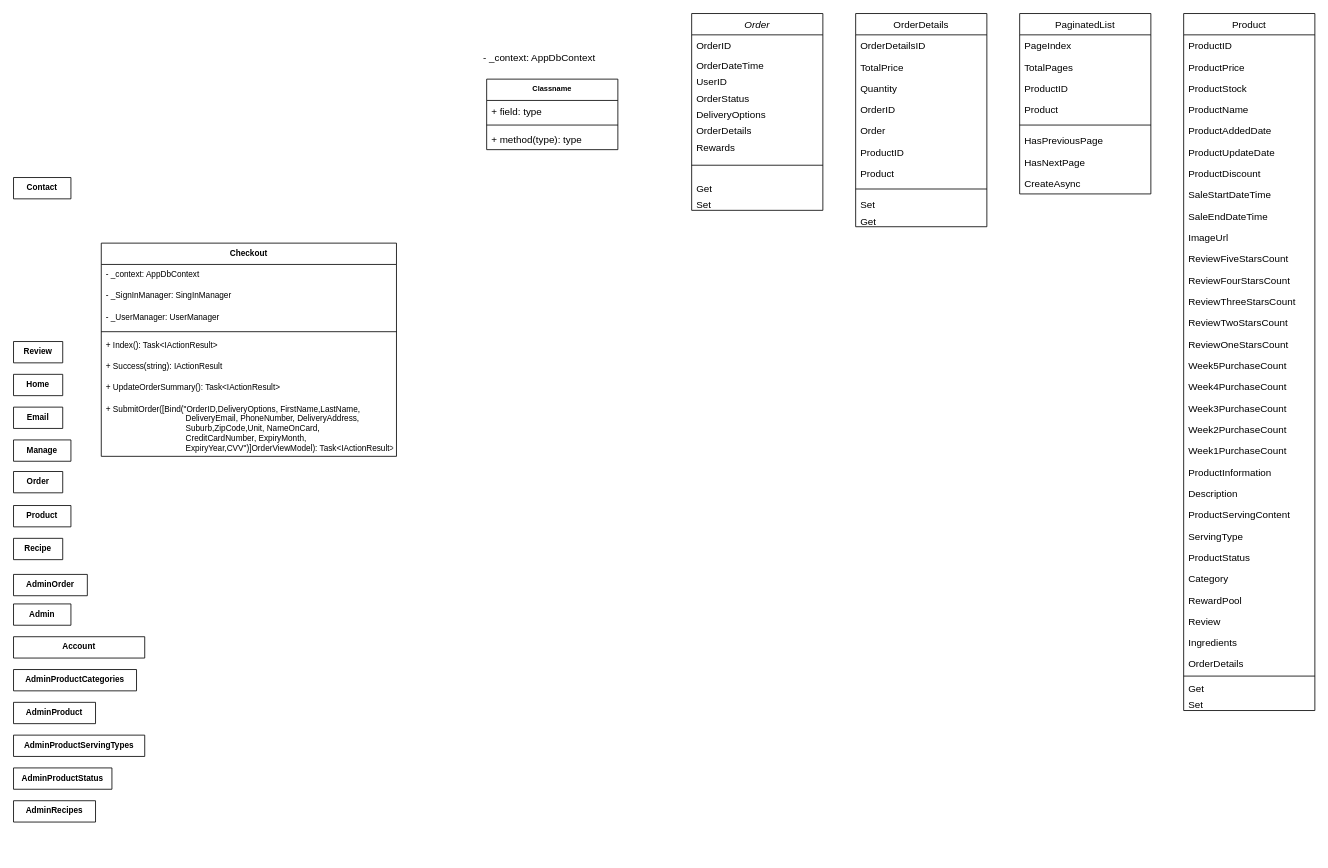
Earlier version of the draw.io diagram AnalysisAssig2.drawio (Wavergg/721SoftwareEngineering). Source tidied: cells renumbered, new cells numbered last; positions are measured from the earlier drawing's top-left corner, leaving out a move shared by most shapes. Both pictures are drawn from the tidied source at 82%, with x=0, y=0 at pixel (13, 13).
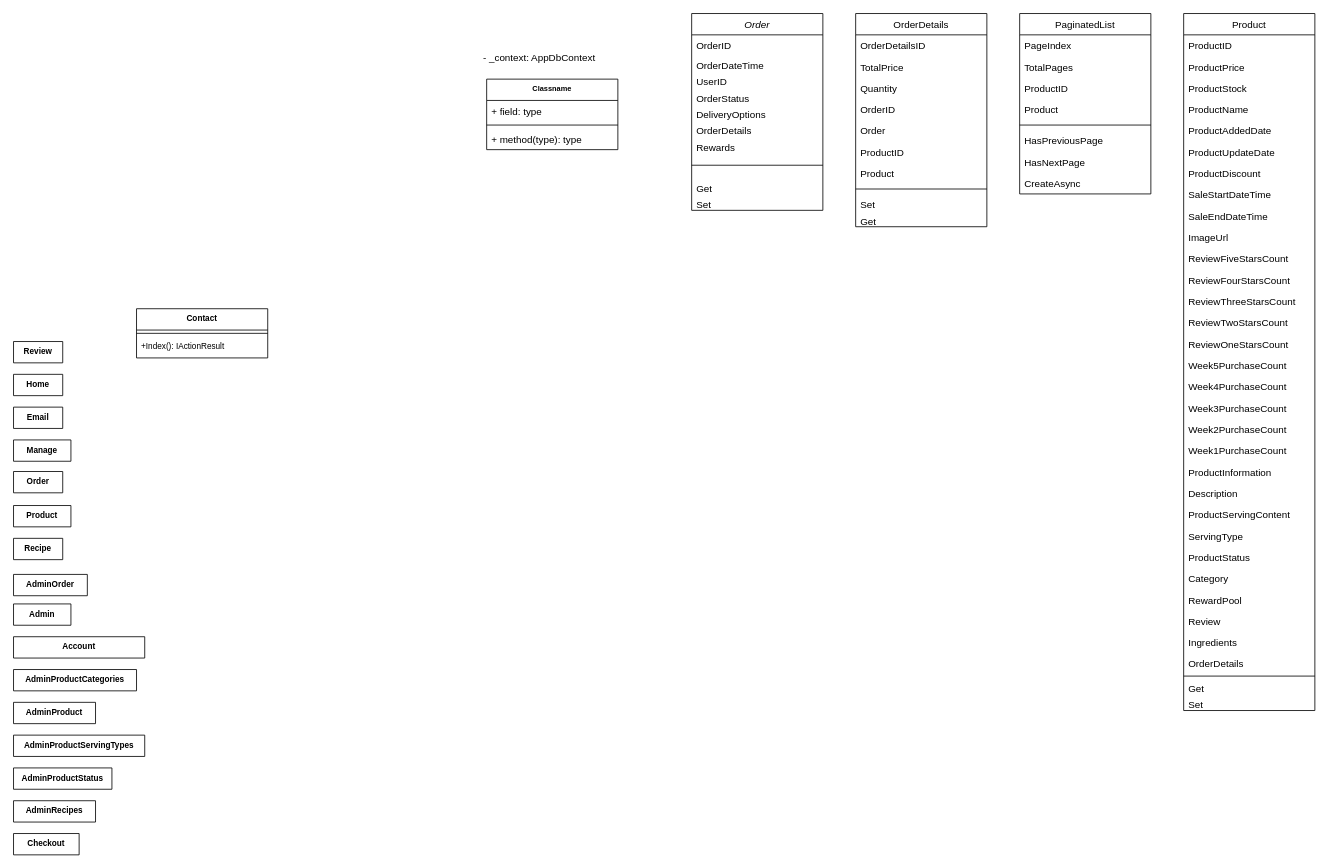
After the change.

Change to the diagram source:
```diff
@@
-    <mxCell id="76" value="Checkout" style="swimlane;fontStyle=1;align=center;verticalAlign=top;horizontal=1;startSize=26;fontSize=10;" parent="1" vertex="1">
-      <mxGeometry x="107" y="280" width="360" height="260" as="geometry" />
+    <mxCell id="76" value="Checkout" style="swimlane;fontStyle=1;align=center;verticalAlign=top;horizontal=1;startSize=26;fontSize=10;" parent="1" vertex="1" collapsed="1">
+      <mxGeometry y="1000" width="80" height="26" as="geometry" />
     </mxCell>
-    <mxCell id="77" value="- _context: AppDbContext" style="text;strokeColor=none;fillColor=none;align=left;verticalAlign=top;spacingLeft=4;spacingRight=4;overflow=hidden;fontSize=10;" parent="76" vertex="1">
-      <mxGeometry y="26" width="360" height="26" as="geometry" />
-    </mxCell>
-    <mxCell id="78" value="- _SignInManager: SingInManager" style="text;strokeColor=none;fillColor=none;align=left;verticalAlign=top;spacingLeft=4;spacingRight=4;overflow=hidden;fontSize=10;" parent="76" vertex="1">
-      <mxGeometry y="52" width="360" height="26" as="geometry" />
-    </mxCell>
-    <mxCell id="79" value="- _UserManager: UserManager" style="text;strokeColor=none;fillColor=none;align=left;verticalAlign=top;spacingLeft=4;spacingRight=4;overflow=hidden;fontSize=10;" parent="76" vertex="1">
-      <mxGeometry y="78" width="360" height="26" as="geometry" />
-    </mxCell>
-    <mxCell id="80" style="line;strokeWidth=1;fillColor=none;align=left;verticalAlign=middle;spacingTop=-1;spacingLeft=3;spacingRight=3;labelPosition=right;" parent="76" vertex="1">
-      <mxGeometry y="104" width="360" height="8" as="geometry" />
-    </mxCell>
-    <mxCell id="81" value="+ Index(): Task&lt;IActionResult&gt;" style="text;strokeColor=none;fillColor=none;align=left;verticalAlign=top;spacingLeft=4;spacingRight=4;overflow=hidden;fontSize=10;" parent="76" vertex="1">
-      <mxGeometry y="112" width="360" height="26" as="geometry" />
-    </mxCell>
-    <mxCell id="82" value="+ Success(string): IActionResult" style="text;strokeColor=none;fillColor=none;align=left;verticalAlign=top;spacingLeft=4;spacingRight=4;overflow=hidden;fontSize=10;" parent="76" vertex="1">
-      <mxGeometry y="138" width="360" height="26" as="geometry" />
-    </mxCell>
-    <mxCell id="83" value="+ UpdateOrderSummary(): Task&lt;IActionResult&gt;" style="text;strokeColor=none;fillColor=none;align=left;verticalAlign=top;spacingLeft=4;spacingRight=4;overflow=hidden;fontSize=10;" parent="76" vertex="1">
-      <mxGeometry y="164" width="360" height="26" as="geometry" />
-    </mxCell>
-    <mxCell id="84" value="+ SubmitOrder([Bind(&quot;OrderID,DeliveryOptions, FirstName,LastName,&#10;                                   DeliveryEmail, PhoneNumber, DeliveryAddress,&#10;                                   Suburb,ZipCode,Unit, NameOnCard,&#10;                                   CreditCardNumber, ExpiryMonth,&#10;                                   ExpiryYear,CVV&quot;)]OrderViewModel): Task&lt;IActionResult&gt;&#10;" style="text;strokeColor=none;fillColor=none;align=left;verticalAlign=top;spacingLeft=4;spacingRight=4;overflow=hidden;fontSize=10;" parent="76" vertex="1">
-      <mxGeometry y="190" width="360" height="70" as="geometry" />
-    </mxCell>
-    <mxCell id="85" value="Contact" style="swimlane;fontStyle=1;align=center;verticalAlign=top;horizontal=1;startSize=26;fontSize=10;" parent="1" vertex="1" collapsed="1">
-      <mxGeometry y="200" width="70" height="26" as="geometry" />
+    <mxCell id="85" value="Contact" style="swimlane;fontStyle=1;align=center;verticalAlign=top;horizontal=1;startSize=26;fontSize=10;" parent="1" vertex="1">
+      <mxGeometry x="150" y="360" width="160" height="60" as="geometry" />
     </mxCell>
+    <mxCell id="97" style="line;strokeWidth=1;fillColor=none;align=left;verticalAlign=middle;spacingTop=-1;spacingLeft=3;spacingRight=3;labelPosition=right;" parent="85" vertex="1">
+      <mxGeometry y="26" width="160" height="8" as="geometry" />
+    </mxCell>
+    <mxCell id="98" value="+Index(): IActionResult" style="text;strokeColor=none;fillColor=none;align=left;verticalAlign=top;spacingLeft=4;spacingRight=4;overflow=hidden;fontSize=10;" parent="85" vertex="1">
+      <mxGeometry y="34" width="160" height="26" as="geometry" />
+    </mxCell>
```
